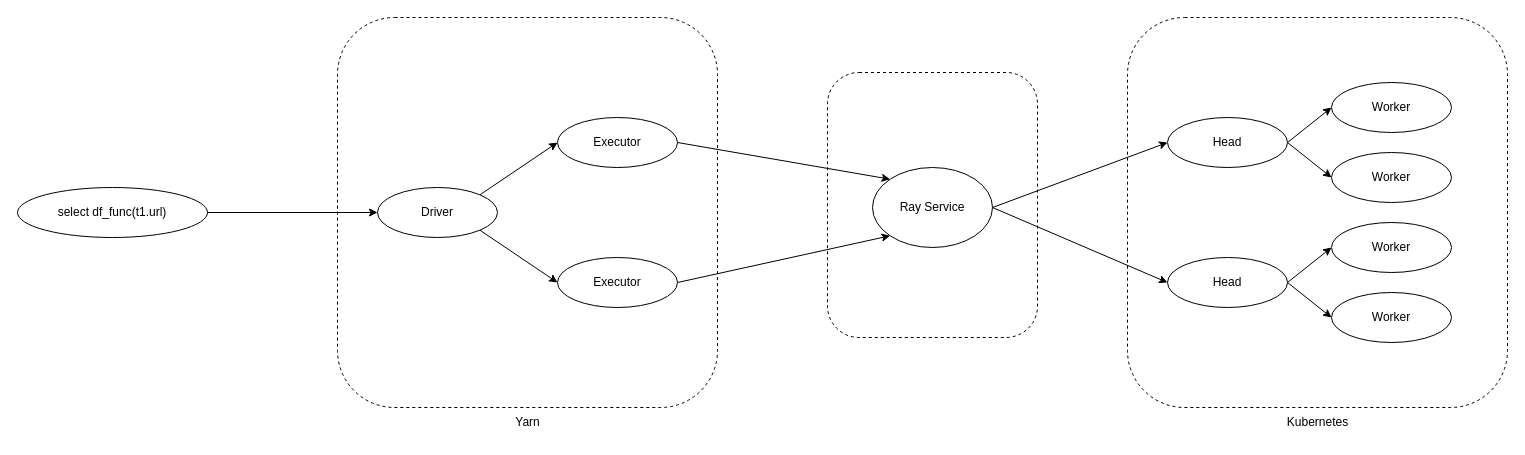
Before: AI function ray.drawio in allendang001/charts, a draw.io diagram. Source tidied: cells renumbered, new cells numbered last; positions are measured from the earlier drawing's top-left corner, leaving out a move shared by most shapes. Both pictures are drawn from the tidied source at 100%, with x=0, y=0 at pixel (17, 17).
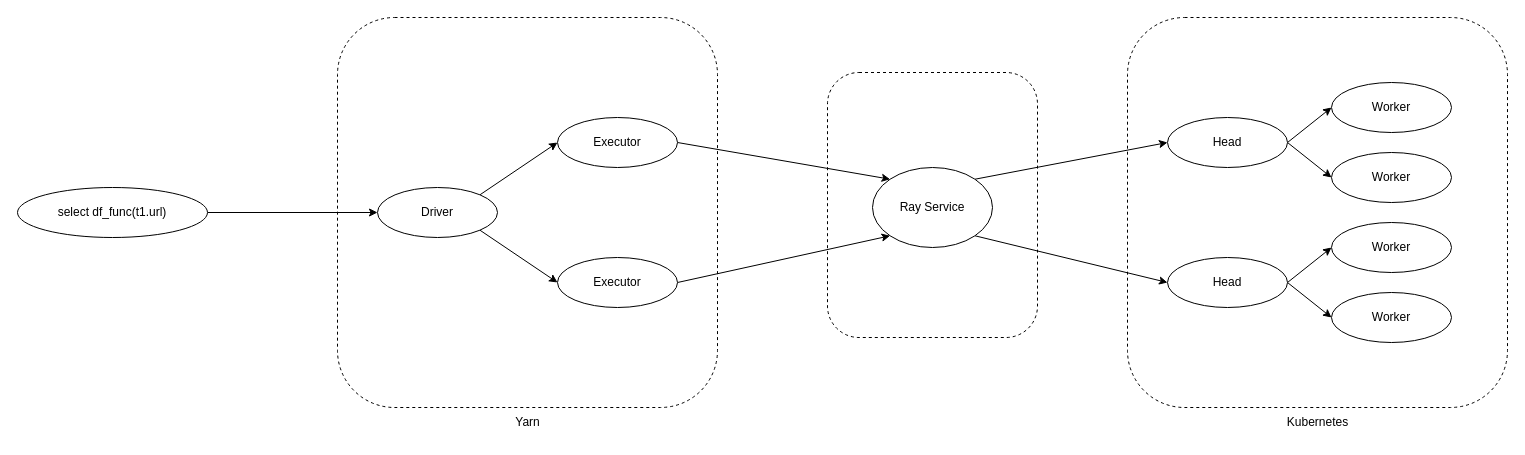
The same diagram, later.

The change refers to these unchanged cells:
```xml
<mxCell id="16" value="Head" style="ellipse;whiteSpace=wrap;html=1;" parent="1" vertex="1">
  <mxGeometry x="1150" y="100" width="120" height="50" as="geometry" />
</mxCell>
<mxCell id="23" value="Head" style="ellipse;whiteSpace=wrap;html=1;" parent="1" vertex="1">
  <mxGeometry x="1150" y="240" width="120" height="50" as="geometry" />
</mxCell>
<mxCell id="28" value="Ray Service" style="ellipse;whiteSpace=wrap;html=1;" parent="1" vertex="1">
  <mxGeometry x="855" y="150" width="120" height="80" as="geometry" />
</mxCell>
```

The edit, as a diff of the source:
```diff
@@
-    <mxCell id="26" style="rounded=0;jettySize=auto;html=1;exitX=1;exitY=0.5;exitDx=0;exitDy=0;entryX=0;entryY=0.5;entryDx=0;entryDy=0;" parent="1" edge="1" source="28" target="16">
+    <mxCell id="26" style="rounded=0;jettySize=auto;html=1;exitX=1;exitY=0;exitDx=0;exitDy=0;entryX=0;entryY=0.5;entryDx=0;entryDy=0;" parent="1" edge="1" source="28" target="16">
       <mxGeometry relative="1" as="geometry" />
     </mxCell>
-    <mxCell id="27" style="rounded=0;jettySize=auto;html=1;exitX=1;exitY=0.5;exitDx=0;exitDy=0;entryX=0;entryY=0.5;entryDx=0;entryDy=0;" parent="1" edge="1" source="28" target="23">
+    <mxCell id="27" style="rounded=0;jettySize=auto;html=1;exitX=1;exitY=1;exitDx=0;exitDy=0;entryX=0;entryY=0.5;entryDx=0;entryDy=0;" parent="1" edge="1" source="28" target="23">
       <mxGeometry relative="1" as="geometry" />
     </mxCell>
```
